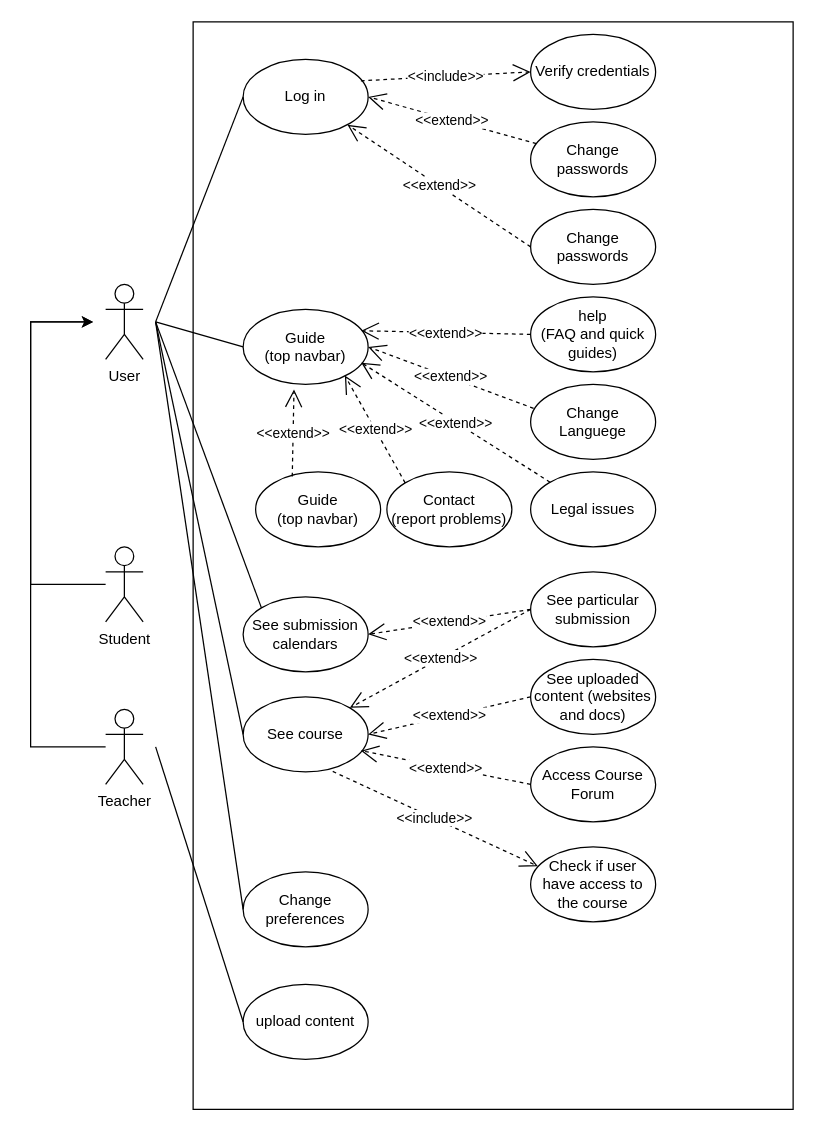
The draw.io diagram 2nd_year/software engineering/Individual assignment/Use case diagram.drawio in AGPFVEN/uc3m, before the edit. Source tidied: cells renumbered, new cells numbered last; positions are measured from the earlier drawing's top-left corner, leaving out a move shared by most shapes. Both pictures are drawn from the tidied source at 125%, with x=0, y=0 at pixel (30, 21).
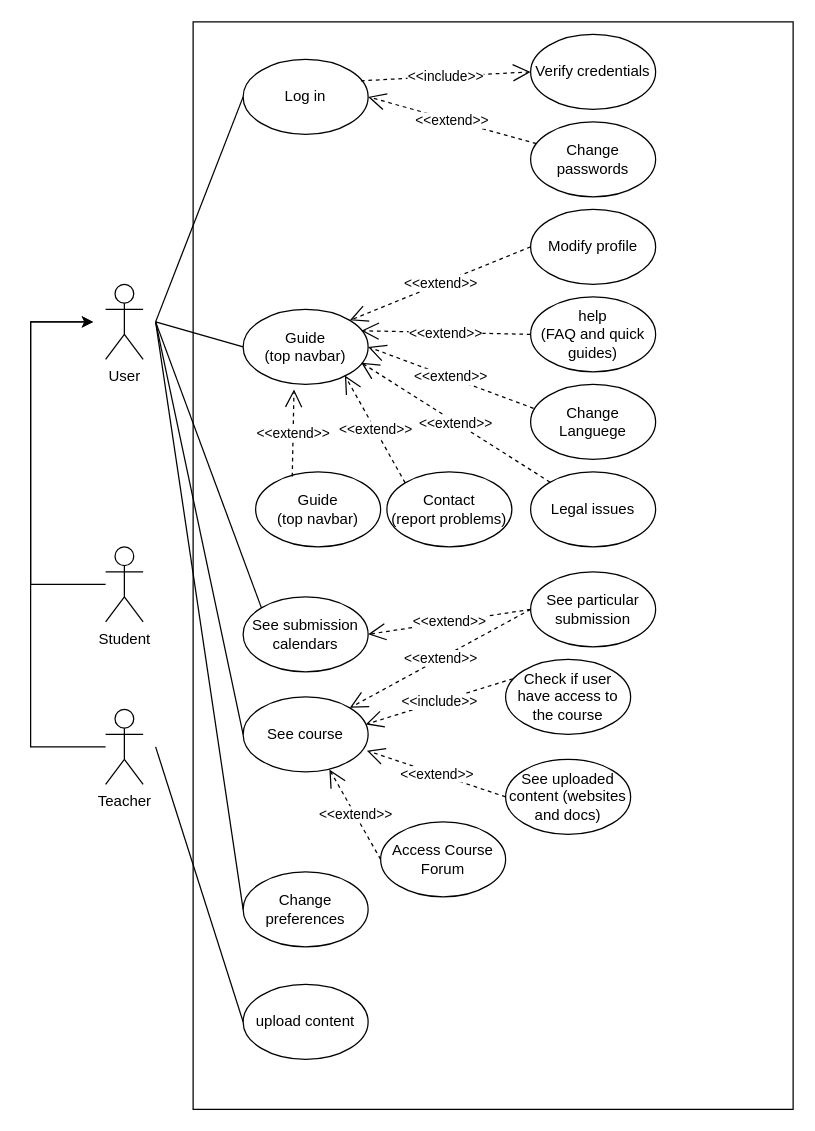
The same diagram, later.

The change refers to these unchanged cells:
```xml
<mxCell id="5" value="Log in" style="ellipse;whiteSpace=wrap;html=1;" parent="1" vertex="1">
  <mxGeometry x="170" y="30" width="100" height="60" as="geometry" />
</mxCell>
<mxCell id="12" value="Guide&lt;br&gt;(top navbar)" style="ellipse;whiteSpace=wrap;html=1;" parent="1" vertex="1">
  <mxGeometry x="170" y="230" width="100" height="60" as="geometry" />
</mxCell>
<mxCell id="20" value="See course" style="ellipse;whiteSpace=wrap;html=1;" parent="1" vertex="1">
  <mxGeometry x="170" y="540" width="100" height="60" as="geometry" />
</mxCell>
```

Diff of the diagram source:
```diff
@@
-    <mxCell id="11" value="Change passwords" style="ellipse;whiteSpace=wrap;html=1;" parent="1" vertex="1">
+    <mxCell id="11" value="Modify profile" style="ellipse;whiteSpace=wrap;html=1;" parent="1" vertex="1">
       <mxGeometry x="400" y="150" width="100" height="60" as="geometry" />
     </mxCell>
@@
     <mxCell id="21" value="See uploaded content (websites and docs)" style="ellipse;whiteSpace=wrap;html=1;" parent="1" vertex="1">
-      <mxGeometry x="400" y="510" width="100" height="60" as="geometry" />
+      <mxGeometry x="380" y="590" width="100" height="60" as="geometry" />
     </mxCell>
@@
-    <mxCell id="26" value="&amp;lt;&amp;lt;include&amp;gt;&amp;gt;" style="endArrow=open;endSize=12;dashed=1;html=1;rounded=0;entryX=0.058;entryY=0.258;entryDx=0;entryDy=0;exitX=0.717;exitY=0.994;exitDx=0;exitDy=0;exitPerimeter=0;entryPerimeter=0;" parent="1" edge="1" source="20" target="42">
+    <mxCell id="26" value="&amp;lt;&amp;lt;include&amp;gt;&amp;gt;" style="endArrow=open;endSize=12;dashed=1;html=1;rounded=0;entryX=0.98;entryY=0.367;entryDx=0;entryDy=0;exitX=0.058;exitY=0.258;exitDx=0;exitDy=0;exitPerimeter=0;entryPerimeter=0;" parent="1" edge="1" source="42" target="20">
       <mxGeometry relative="1" as="geometry" />
     </mxCell>
@@
-    <mxCell id="28" value="&amp;lt;&amp;lt;extend&amp;gt;&amp;gt;" style="endArrow=open;endSize=12;dashed=1;html=1;rounded=0;exitX=0;exitY=0.5;exitDx=0;exitDy=0;" parent="1" edge="1" source="11" target="5">
+    <mxCell id="28" value="&amp;lt;&amp;lt;extend&amp;gt;&amp;gt;" style="endArrow=open;endSize=12;dashed=1;html=1;rounded=0;exitX=0;exitY=0.5;exitDx=0;exitDy=0;entryX=1;entryY=0;entryDx=0;entryDy=0;" parent="1" edge="1" source="11" target="12">
       <mxGeometry relative="1" as="geometry" />
     </mxCell>
@@
-    <mxCell id="36" value="&amp;lt;&amp;lt;extend&amp;gt;&amp;gt;" style="endArrow=open;endSize=12;dashed=1;html=1;rounded=0;exitX=0;exitY=0.5;exitDx=0;exitDy=0;entryX=1;entryY=0.5;entryDx=0;entryDy=0;" parent="1" edge="1" source="21" target="20">
+    <mxCell id="36" value="&amp;lt;&amp;lt;extend&amp;gt;&amp;gt;" style="endArrow=open;endSize=12;dashed=1;html=1;rounded=0;exitX=0;exitY=0.5;exitDx=0;exitDy=0;entryX=0.99;entryY=0.717;entryDx=0;entryDy=0;entryPerimeter=0;" parent="1" edge="1" source="21" target="20">
       <mxGeometry relative="1" as="geometry" />
     </mxCell>
@@
     <mxCell id="40" value="Access Course Forum" style="ellipse;whiteSpace=wrap;html=1;" parent="1" vertex="1">
-      <mxGeometry x="400" y="580" width="100" height="60" as="geometry" />
+      <mxGeometry x="280" y="640" width="100" height="60" as="geometry" />
     </mxCell>
-    <mxCell id="41" value="&amp;lt;&amp;lt;extend&amp;gt;&amp;gt;" style="endArrow=open;endSize=12;dashed=1;html=1;rounded=0;exitX=0;exitY=0.5;exitDx=0;exitDy=0;entryX=0.942;entryY=0.717;entryDx=0;entryDy=0;entryPerimeter=0;" parent="1" edge="1" source="40" target="20">
+    <mxCell id="41" value="&amp;lt;&amp;lt;extend&amp;gt;&amp;gt;" style="endArrow=open;endSize=12;dashed=1;html=1;rounded=0;exitX=0;exitY=0.5;exitDx=0;exitDy=0;entryX=0.69;entryY=0.967;entryDx=0;entryDy=0;entryPerimeter=0;" parent="1" edge="1" source="40" target="20">
       <mxGeometry relative="1" as="geometry" />
     </mxCell>
     <mxCell id="42" value="Check if user have access to the course" style="ellipse;whiteSpace=wrap;html=1;" parent="1" vertex="1">
-      <mxGeometry x="400" y="660" width="100" height="60" as="geometry" />
+      <mxGeometry x="380" y="510" width="100" height="60" as="geometry" />
     </mxCell>
```
